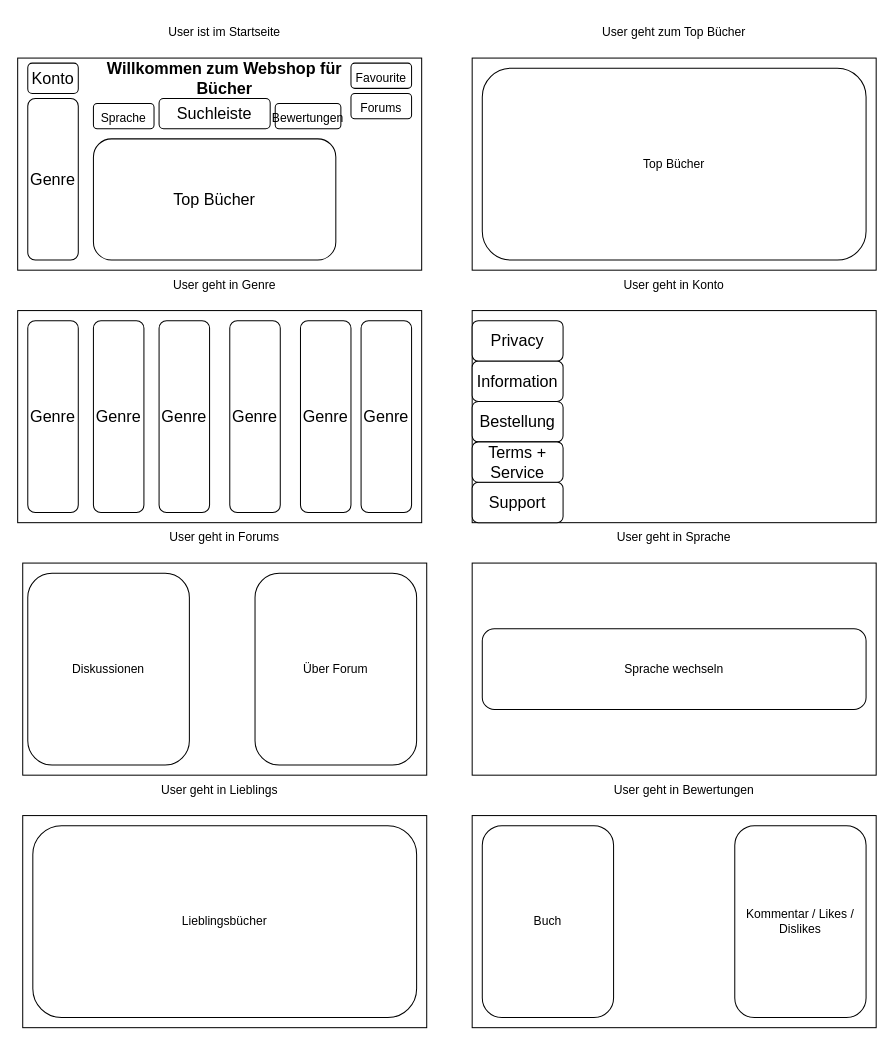
This is Screen_Mockups_Storyboard.drawio from EthanUltra/LB-Projekt-M294-295_Ethan-Shrestha, a draw.io file, before an edit. Source tidied: cells renumbered, new cells numbered last; positions are measured from the earlier drawing's top-left corner, leaving out a move shared by most shapes. Both pictures are drawn from the tidied source at 101%, with x=0, y=0 at pixel (17, 17).
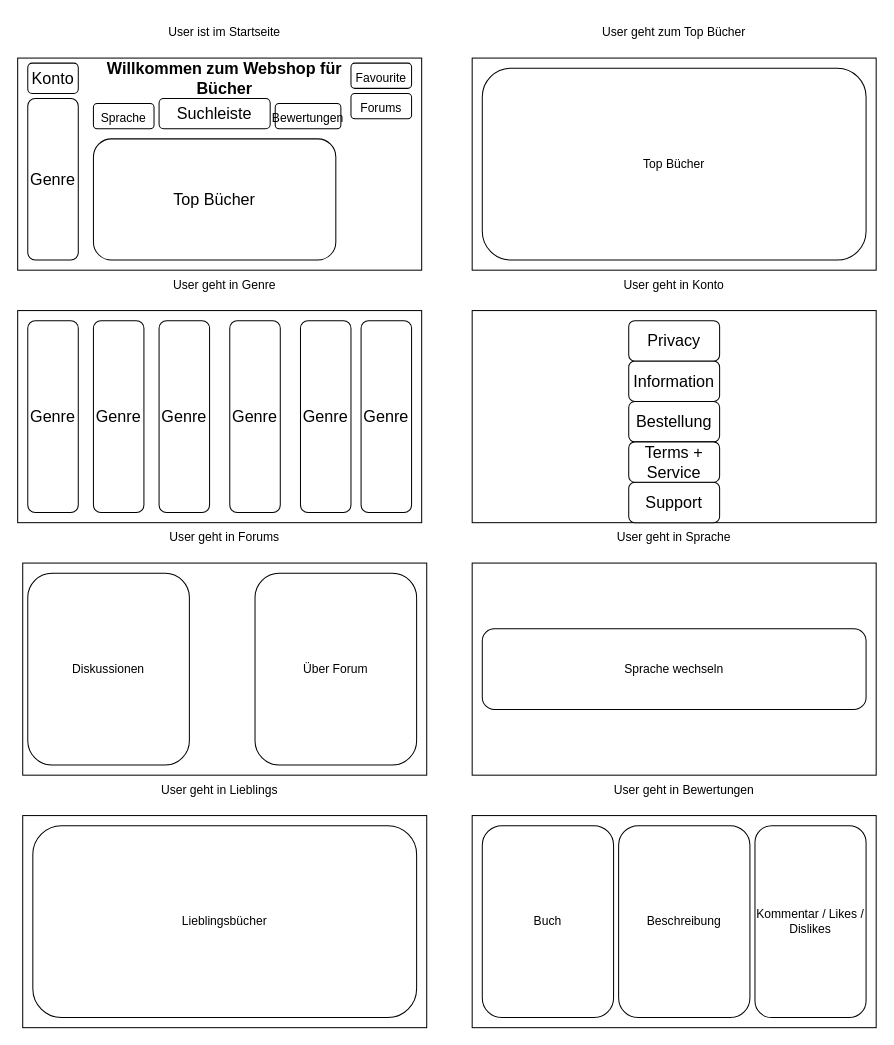
The same page after the edit.

What changed in the source:
```diff
@@
     <mxCell id="25" value="Information" style="rounded=1;whiteSpace=wrap;html=1;fontSize=16;" parent="1" vertex="1">
-      <mxGeometry x="450" y="340" width="90" height="40" as="geometry" />
+      <mxGeometry x="605" y="340" width="90" height="40" as="geometry" />
     </mxCell>
     <mxCell id="26" value="Bestellung" style="rounded=1;whiteSpace=wrap;html=1;fontSize=16;" parent="1" vertex="1">
-      <mxGeometry x="450" y="380" width="90" height="40" as="geometry" />
+      <mxGeometry x="605" y="380" width="90" height="40" as="geometry" />
     </mxCell>
     <mxCell id="27" value="Support" style="rounded=1;whiteSpace=wrap;html=1;fontSize=16;" parent="1" vertex="1">
-      <mxGeometry x="450" y="460" width="90" height="40" as="geometry" />
+      <mxGeometry x="605" y="460" width="90" height="40" as="geometry" />
     </mxCell>
     <mxCell id="28" value="Privacy" style="rounded=1;whiteSpace=wrap;html=1;fontSize=16;" parent="1" vertex="1">
-      <mxGeometry x="450" y="300" width="90" height="40" as="geometry" />
+      <mxGeometry x="605" y="300" width="90" height="40" as="geometry" />
     </mxCell>
@@
     <mxCell id="43" value="Kommentar / Likes / Dislikes" style="rounded=1;whiteSpace=wrap;html=1;fontSize=12;" parent="1" vertex="1">
-      <mxGeometry x="710" y="800" width="130" height="190" as="geometry" />
+      <mxGeometry x="730" y="800" width="110" height="190" as="geometry" />
     </mxCell>
     <mxCell id="44" value="Terms + Service" style="rounded=1;whiteSpace=wrap;html=1;fontSize=16;" parent="1" vertex="1">
-      <mxGeometry x="450" y="420" width="90" height="40" as="geometry" />
+      <mxGeometry x="605" y="420" width="90" height="40" as="geometry" />
     </mxCell>
+    <mxCell id="45" value="Beschreibung" style="rounded=1;whiteSpace=wrap;html=1;fontSize=12;" parent="1" vertex="1">
+      <mxGeometry x="595" y="800" width="130" height="190" as="geometry" />
+    </mxCell>
```
